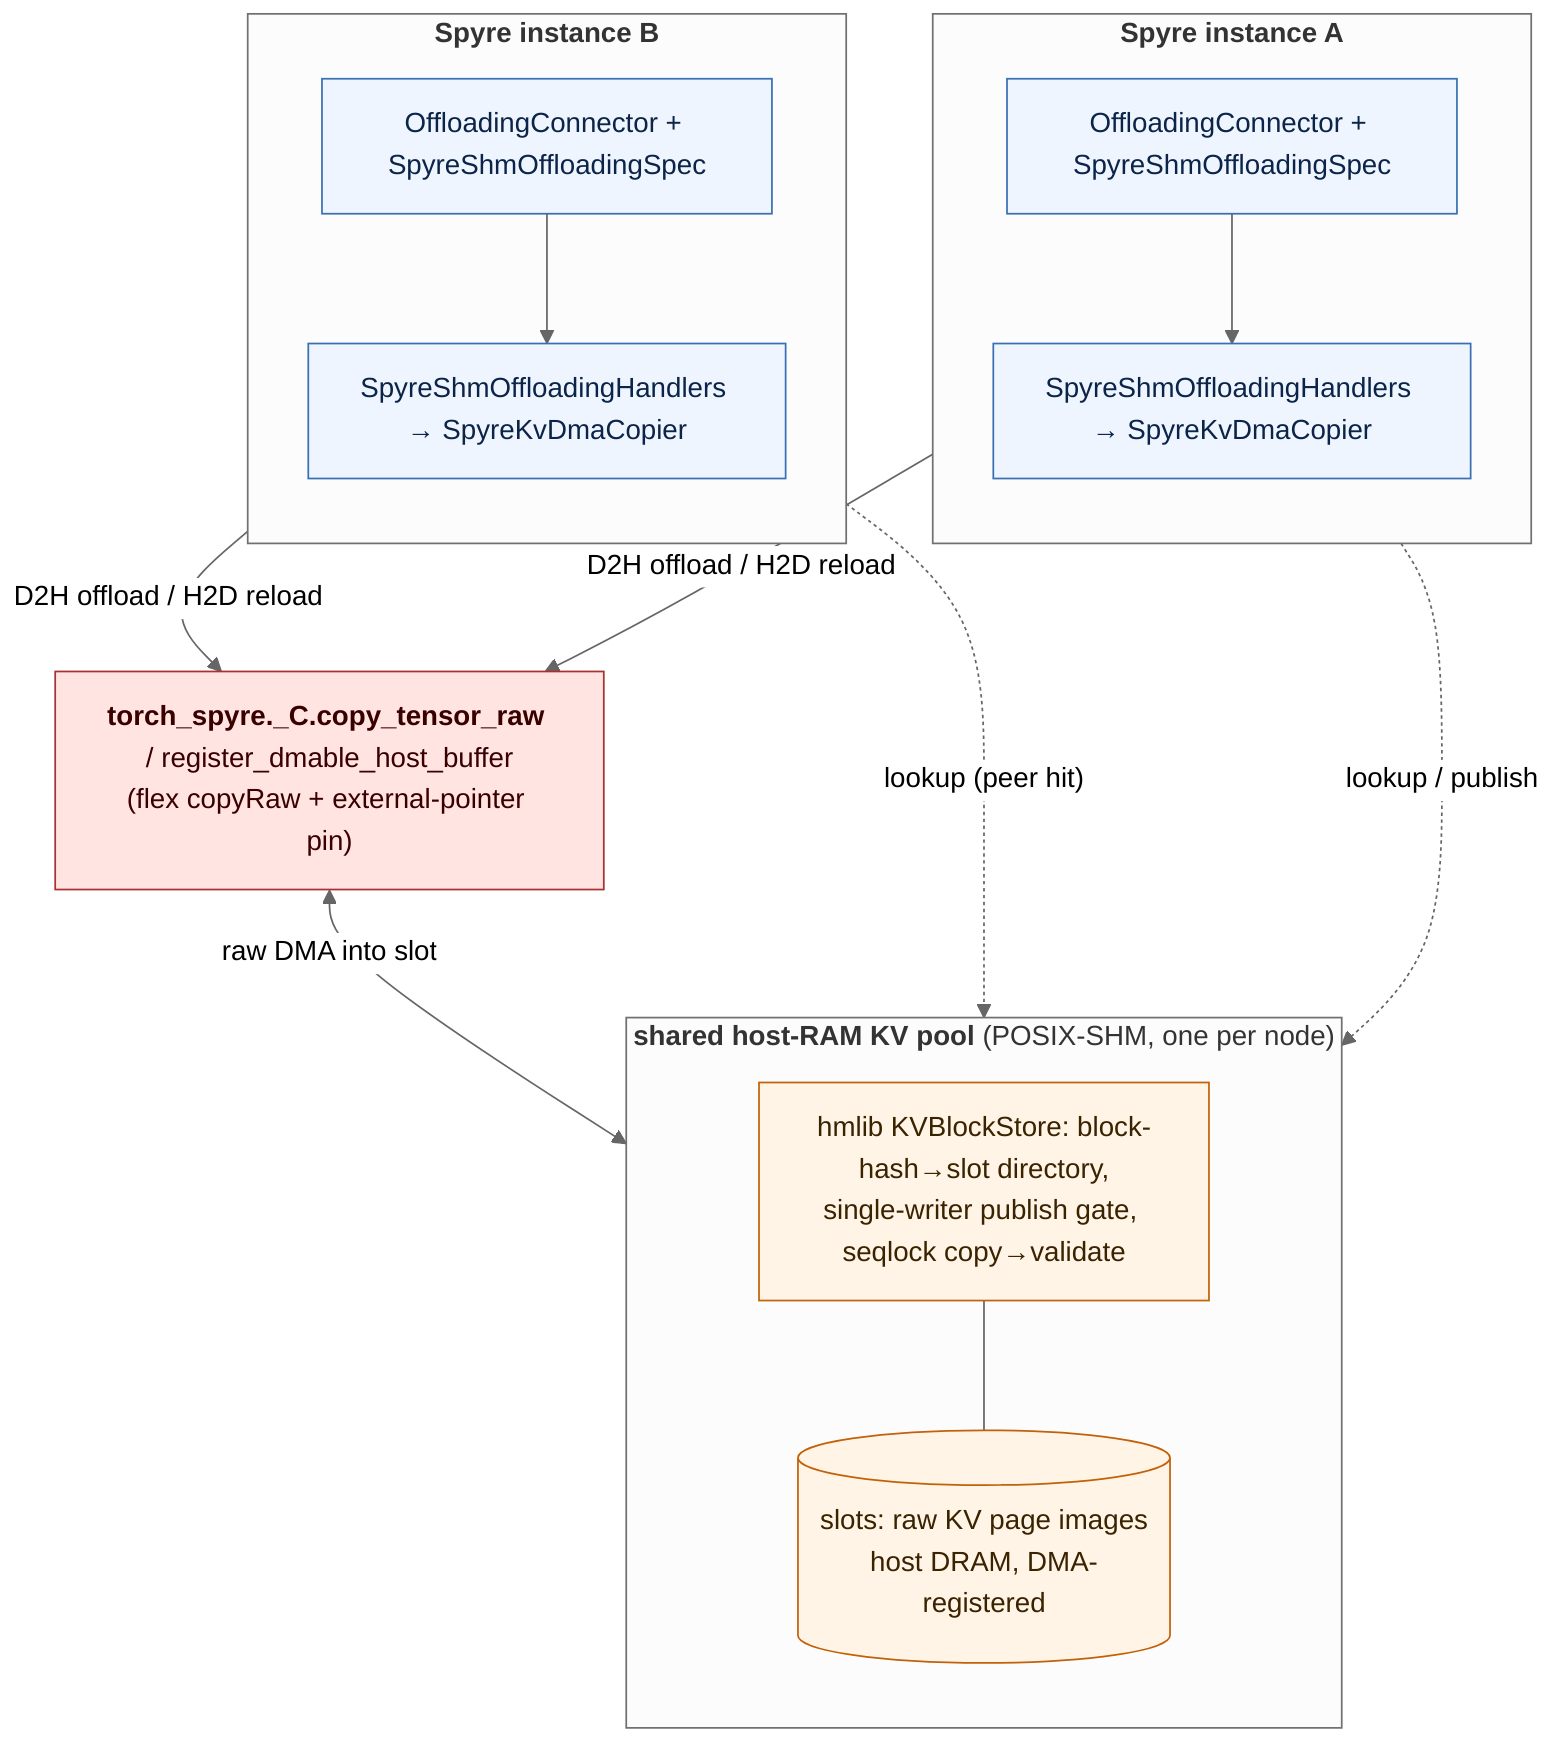
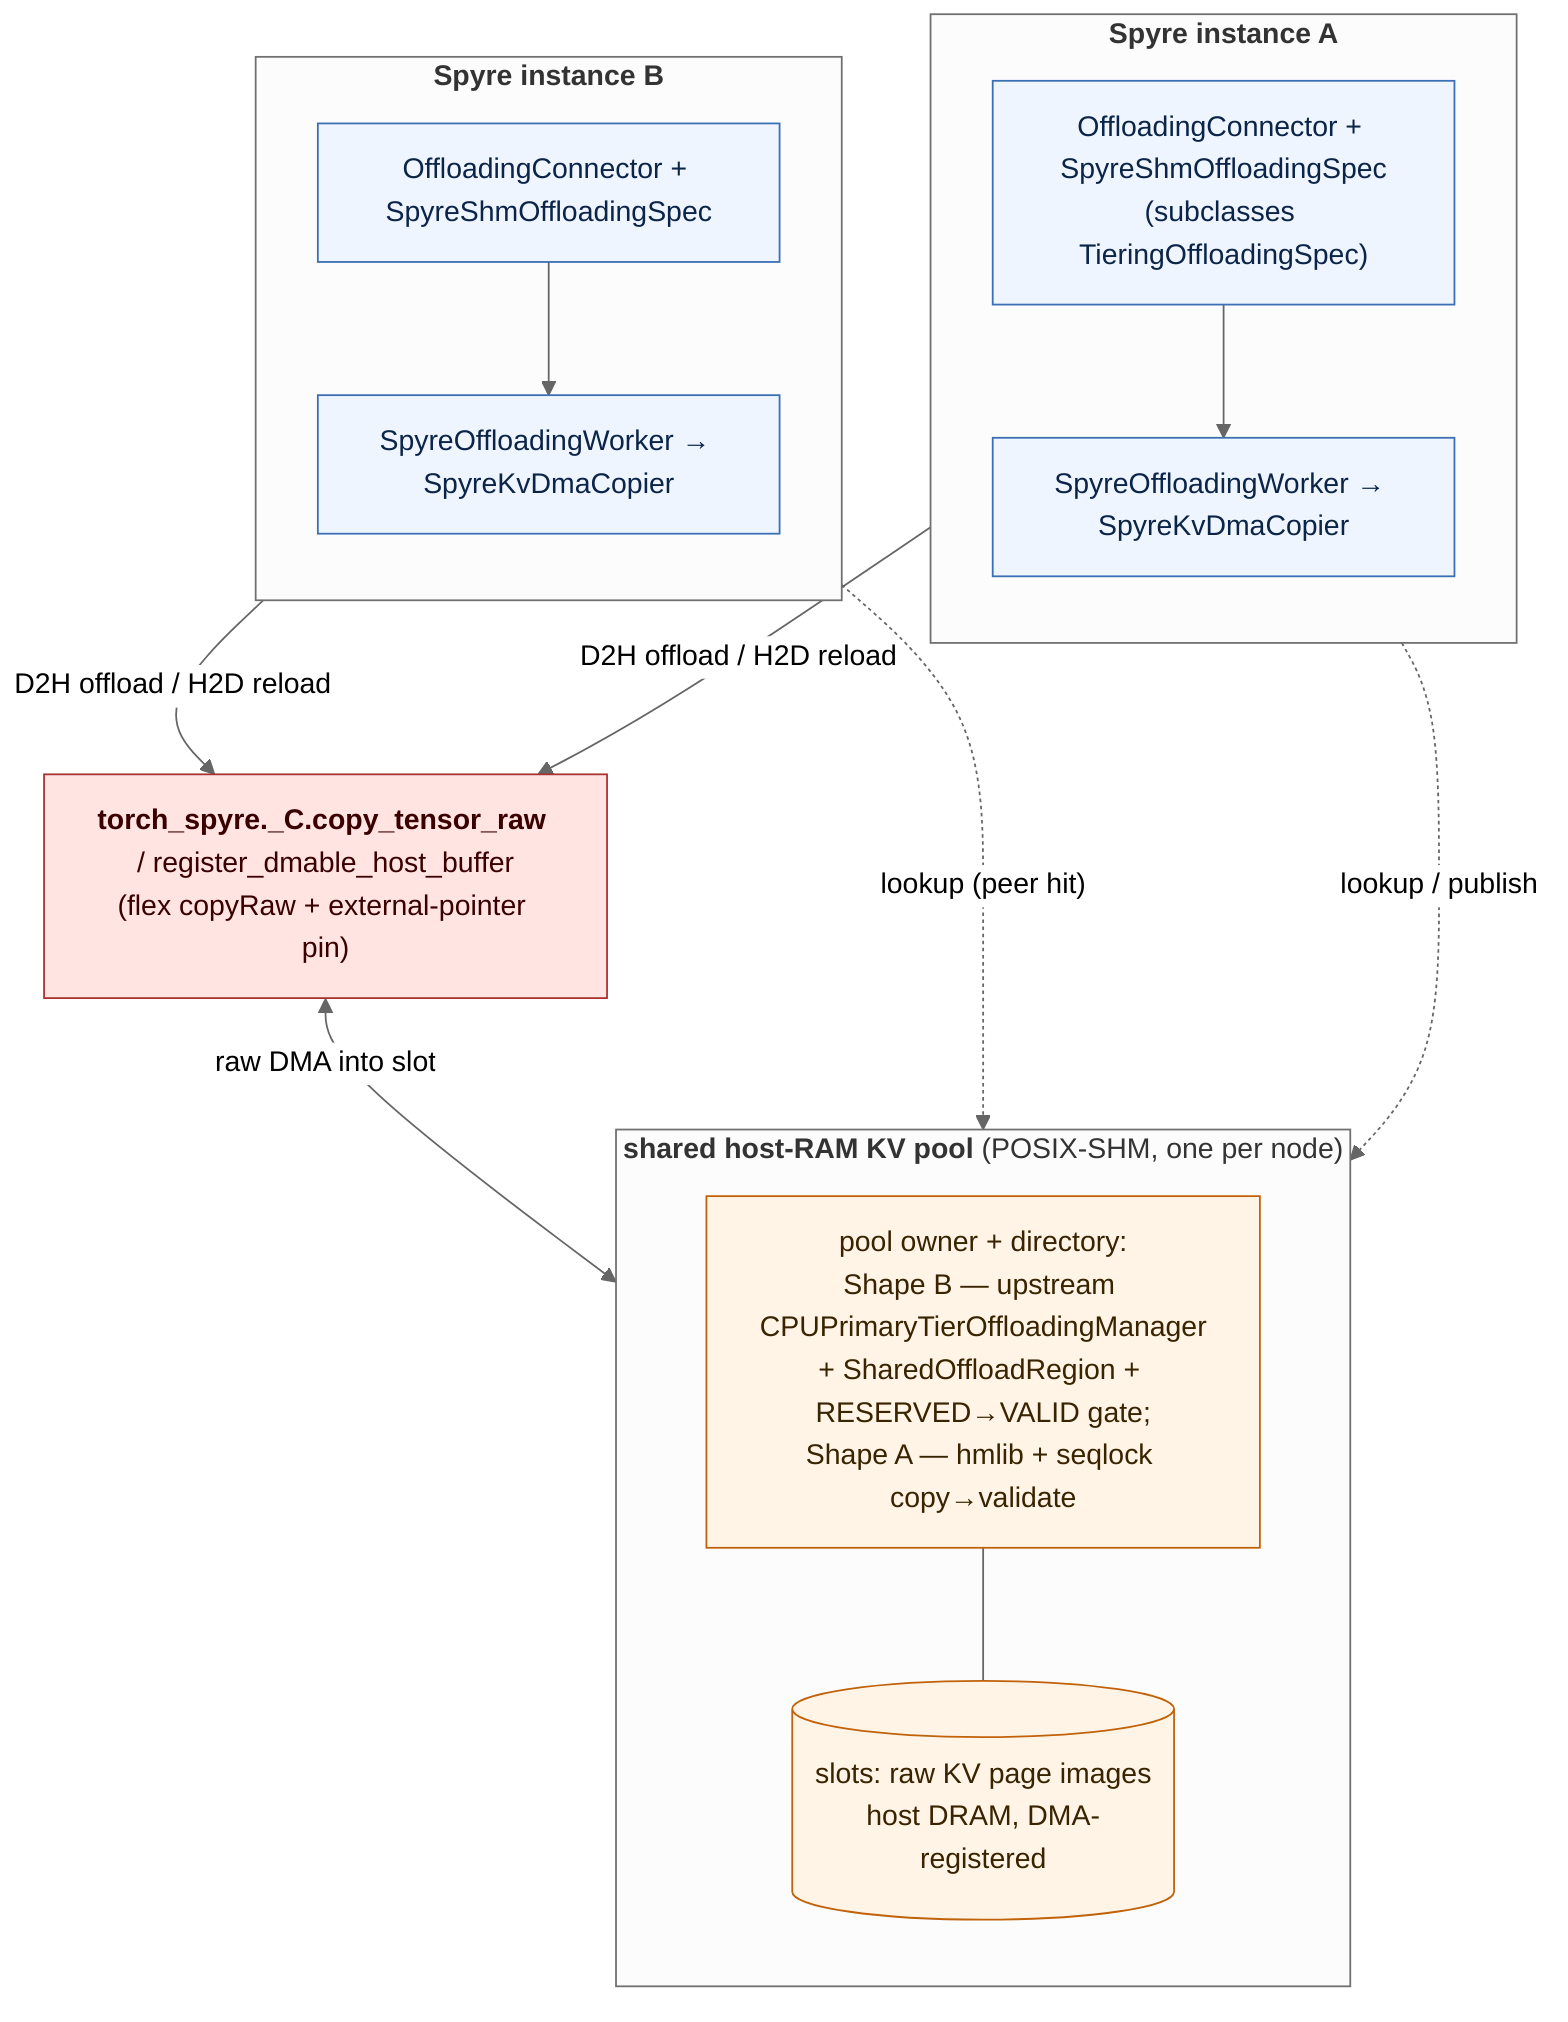
%%{ init: { "flowchart": { "htmlLabels": true, "curve": "basis" }, "theme": "neutral" } }%%
flowchart TB
    subgraph instA["<b>Spyre instance A</b>"]
        direction TB
-         OA["OffloadingConnector + SpyreShmOffloadingSpec"]
-         HA["SpyreShmOffloadingHandlers → SpyreKvDmaCopier"]
+         OA["OffloadingConnector + SpyreShmOffloadingSpec<br/>(subclasses TieringOffloadingSpec)"]
+         HA["SpyreOffloadingWorker → SpyreKvDmaCopier"]
        OA --> HA
    end
    subgraph instB["<b>Spyre instance B</b>"]
        direction TB
        OB["OffloadingConnector + SpyreShmOffloadingSpec"]
-         HB["SpyreShmOffloadingHandlers → SpyreKvDmaCopier"]
+         HB["SpyreOffloadingWorker → SpyreKvDmaCopier"]
        OB --> HB
    end

    RAW["<b>torch_spyre._C.copy_tensor_raw</b> / register_dmable_host_buffer<br/>(flex copyRaw + external-pointer pin)"]

    subgraph pool["<b>shared host-RAM KV pool</b> (POSIX-SHM, one per node)"]
        direction TB
-         HM["hmlib KVBlockStore: block-hash→slot directory,<br/>single-writer publish gate, seqlock copy→validate"]
+         HM["pool owner + directory:<br/>Shape B — upstream CPUPrimaryTierOffloadingManager<br/>+ SharedOffloadRegion + RESERVED→VALID gate;<br/>Shape A — hmlib + seqlock copy→validate"]
        SLOTS[("slots: raw KV page images<br/>host DRAM, DMA-registered")]
        HM --- SLOTS
    end

    HA -->|"D2H offload / H2D reload"| RAW
    HB -->|"D2H offload / H2D reload"| RAW
    RAW <-->|"raw DMA into slot"| SLOTS
    HA -. "lookup / publish" .-> HM
    HB -. "lookup (peer hit)" .-> HM

    classDef inst fill:#eef5ff,stroke:#3b6fb3,color:#0b2447
    classDef hot  fill:#ffe4e1,stroke:#a83232,color:#3a0000
    classDef pl   fill:#fff4e6,stroke:#c1620a,color:#3a2300
    class OA,HA,OB,HB inst
    class RAW hot
    class HM pl
    class SLOTS pl
